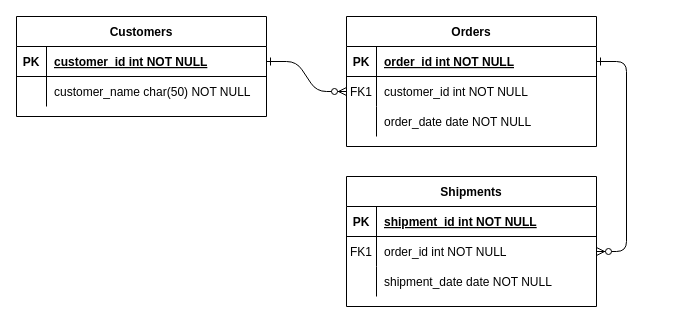
Above: Modelo relacional 7.drawio in Ash-code12/Diagramas (draw.io), before the change. Source tidied: cells renumbered, new cells numbered last; positions are measured from the earlier drawing's top-left corner, leaving out a move shared by most shapes. Both pictures are drawn from the tidied source at 100%, with x=0, y=0 at pixel (16, 16).
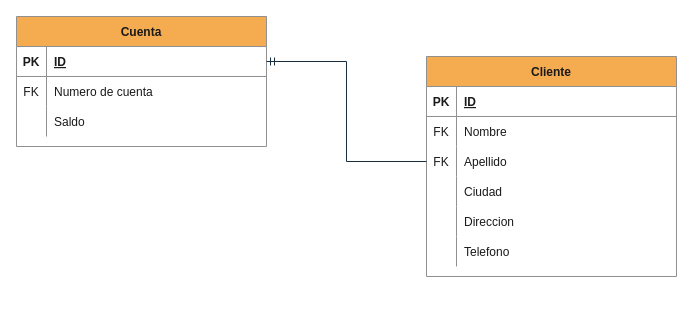
The same diagram, later.

Diff of the diagram source:
```diff
@@
-    <mxCell id="2" style="edgeStyle=entityRelationEdgeStyle;endArrow=ERzeroToMany;startArrow=ERone;endFill=1;startFill=0;" parent="1" edge="1" source="25" target="8">
-      <mxGeometry relative="1" as="geometry" />
-    </mxCell>
-    <mxCell id="3" style="edgeStyle=entityRelationEdgeStyle;endArrow=ERzeroToMany;startArrow=ERone;endFill=1;startFill=0;" parent="1" edge="1" source="5" target="18">
-      <mxGeometry relative="1" as="geometry" />
-    </mxCell>
-    <mxCell id="4" value="Orders" style="shape=table;startSize=30;childLayout=tableLayout;rowLines=0;fontStyle=1;align=center;" parent="1" vertex="1">
-      <mxGeometry x="330" width="250" height="130" as="geometry" />
+    <mxCell id="4" value="Cliente" style="shape=table;startSize=30;childLayout=tableLayout;rowLines=0;fontStyle=1;align=center;labelBackgroundColor=none;fillColor=#F5AB50;strokeColor=#909090;fontColor=#1A1A1A;" parent="1" vertex="1">
+      <mxGeometry x="410" y="40" width="250" height="220" as="geometry" />
     </mxCell>
-    <mxCell id="5" style="shape=partialRectangle;fillColor=none;points=[[0,0.5],[1,0.5]];portConstraint=eastwest;top=0;left=0;right=0;bottom=1;" parent="4" vertex="1">
+    <mxCell id="5" style="shape=partialRectangle;fillColor=none;points=[[0,0.5],[1,0.5]];portConstraint=eastwest;top=0;left=0;right=0;bottom=1;labelBackgroundColor=none;strokeColor=#909090;fontColor=#1A1A1A;" parent="4" vertex="1">
       <mxGeometry y="30" width="250" height="30" as="geometry" />
     </mxCell>
-    <mxCell id="6" value="PK" style="shape=partialRectangle;overflow=hidden;fillColor=none;top=0;left=0;bottom=0;right=0;fontStyle=1;" parent="5" vertex="1">
+    <mxCell id="6" value="PK" style="shape=partialRectangle;overflow=hidden;fillColor=none;top=0;left=0;bottom=0;right=0;fontStyle=1;labelBackgroundColor=none;strokeColor=#909090;fontColor=#1A1A1A;" parent="5" vertex="1">
       <mxGeometry width="30" height="30" as="geometry" />
     </mxCell>
-    <mxCell id="7" value="order_id int NOT NULL " style="shape=partialRectangle;overflow=hidden;fillColor=none;top=0;left=0;bottom=0;right=0;align=left;spacingLeft=6;fontStyle=5;" parent="5" vertex="1">
+    <mxCell id="7" value="ID" style="shape=partialRectangle;overflow=hidden;fillColor=none;top=0;left=0;bottom=0;right=0;align=left;spacingLeft=6;fontStyle=5;labelBackgroundColor=none;strokeColor=#909090;fontColor=#1A1A1A;" parent="5" vertex="1">
       <mxGeometry x="30" width="220" height="30" as="geometry" />
     </mxCell>
-    <mxCell id="8" style="shape=partialRectangle;fillColor=none;points=[[0,0.5],[1,0.5]];portConstraint=eastwest;top=0;left=0;right=0;bottom=0;" parent="4" vertex="1">
+    <mxCell id="8" style="shape=partialRectangle;fillColor=none;points=[[0,0.5],[1,0.5]];portConstraint=eastwest;top=0;left=0;right=0;bottom=0;labelBackgroundColor=none;strokeColor=#909090;fontColor=#1A1A1A;" parent="4" vertex="1">
       <mxGeometry y="60" width="250" height="30" as="geometry" />
     </mxCell>
-    <mxCell id="9" value="FK1" style="shape=partialRectangle;overflow=hidden;fillColor=none;top=0;left=0;bottom=0;right=0;" parent="8" vertex="1">
+    <mxCell id="9" value="FK" style="shape=partialRectangle;overflow=hidden;fillColor=none;top=0;left=0;bottom=0;right=0;labelBackgroundColor=none;strokeColor=#909090;fontColor=#1A1A1A;" parent="8" vertex="1">
       <mxGeometry width="30" height="30" as="geometry" />
     </mxCell>
-    <mxCell id="10" value="customer_id int NOT NULL" style="shape=partialRectangle;overflow=hidden;fillColor=none;top=0;left=0;bottom=0;right=0;align=left;spacingLeft=6;" parent="8" vertex="1">
+    <mxCell id="10" value="Nombre" style="shape=partialRectangle;overflow=hidden;fillColor=none;top=0;left=0;bottom=0;right=0;align=left;spacingLeft=6;labelBackgroundColor=none;strokeColor=#909090;fontColor=#1A1A1A;" parent="8" vertex="1">
       <mxGeometry x="30" width="220" height="30" as="geometry" />
     </mxCell>
-    <mxCell id="11" style="shape=partialRectangle;fillColor=none;points=[[0,0.5],[1,0.5]];portConstraint=eastwest;top=0;left=0;right=0;bottom=0;" parent="4" vertex="1">
+    <mxCell id="11" style="shape=partialRectangle;fillColor=none;points=[[0,0.5],[1,0.5]];portConstraint=eastwest;top=0;left=0;right=0;bottom=0;labelBackgroundColor=none;strokeColor=#909090;fontColor=#1A1A1A;" parent="4" vertex="1">
       <mxGeometry y="90" width="250" height="30" as="geometry" />
     </mxCell>
-    <mxCell id="12" style="shape=partialRectangle;overflow=hidden;fillColor=none;top=0;left=0;bottom=0;right=0;" parent="11" vertex="1">
+    <mxCell id="12" value="FK" style="shape=partialRectangle;overflow=hidden;fillColor=none;top=0;left=0;bottom=0;right=0;labelBackgroundColor=none;strokeColor=#909090;fontColor=#1A1A1A;" parent="11" vertex="1">
       <mxGeometry width="30" height="30" as="geometry" />
     </mxCell>
-    <mxCell id="13" value="order_date date NOT NULL" style="shape=partialRectangle;overflow=hidden;fillColor=none;top=0;left=0;bottom=0;right=0;align=left;spacingLeft=6;" parent="11" vertex="1">
+    <mxCell id="13" value="Apellido" style="shape=partialRectangle;overflow=hidden;fillColor=none;top=0;left=0;bottom=0;right=0;align=left;spacingLeft=6;labelBackgroundColor=none;strokeColor=#909090;fontColor=#1A1A1A;" parent="11" vertex="1">
       <mxGeometry x="30" width="220" height="30" as="geometry" />
     </mxCell>
-    <mxCell id="14" value="Shipments" style="shape=table;startSize=30;childLayout=tableLayout;rowLines=0;fontStyle=1;align=center;" parent="1" vertex="1">
-      <mxGeometry x="330" y="160" width="250" height="130" as="geometry" />
-    </mxCell>
-    <mxCell id="15" style="shape=partialRectangle;fillColor=none;top=0;left=0;right=0;bottom=1;" parent="14" vertex="1">
-      <mxGeometry y="30" width="250" height="30" as="geometry" />
-    </mxCell>
-    <mxCell id="16" value="PK" style="shape=partialRectangle;overflow=hidden;fillColor=none;top=0;left=0;bottom=0;right=0;fontStyle=1;" parent="15" vertex="1">
-      <mxGeometry width="30" height="30" as="geometry" />
-    </mxCell>
-    <mxCell id="17" value="shipment_id int NOT NULL " style="shape=partialRectangle;overflow=hidden;fillColor=none;top=0;left=0;bottom=0;right=0;align=left;spacingLeft=6;fontStyle=5;" parent="15" vertex="1">
-      <mxGeometry x="30" width="220" height="30" as="geometry" />
-    </mxCell>
-    <mxCell id="18" style="shape=partialRectangle;fillColor=none;points=[[0,0.5],[1,0.5]];portConstraint=eastwest;top=0;left=0;right=0;bottom=0;" parent="14" vertex="1">
-      <mxGeometry y="60" width="250" height="30" as="geometry" />
-    </mxCell>
-    <mxCell id="19" value="FK1" style="shape=partialRectangle;overflow=hidden;fillColor=none;top=0;left=0;bottom=0;right=0;" parent="18" vertex="1">
-      <mxGeometry width="30" height="30" as="geometry" />
-    </mxCell>
-    <mxCell id="20" value="order_id int NOT NULL" style="shape=partialRectangle;overflow=hidden;fillColor=none;top=0;left=0;bottom=0;right=0;align=left;spacingLeft=6;" parent="18" vertex="1">
-      <mxGeometry x="30" width="220" height="30" as="geometry" />
-    </mxCell>
-    <mxCell id="21" style="shape=partialRectangle;fillColor=none;top=0;left=0;right=0;bottom=0;" parent="14" vertex="1">
-      <mxGeometry y="90" width="250" height="30" as="geometry" />
-    </mxCell>
-    <mxCell id="22" style="shape=partialRectangle;overflow=hidden;fillColor=none;top=0;left=0;bottom=0;right=0;" parent="21" vertex="1">
-      <mxGeometry width="30" height="30" as="geometry" />
-    </mxCell>
-    <mxCell id="23" value="shipment_date date NOT NULL" style="shape=partialRectangle;overflow=hidden;fillColor=none;top=0;left=0;bottom=0;right=0;align=left;spacingLeft=6;" parent="21" vertex="1">
-      <mxGeometry x="30" width="220" height="30" as="geometry" />
-    </mxCell>
+    <mxCell id="31" style="shape=partialRectangle;fillColor=none;top=0;left=0;right=0;bottom=0;labelBackgroundColor=none;strokeColor=#909090;fontColor=#1A1A1A;" parent="4" vertex="1">
+      <mxGeometry y="120" width="250" height="30" as="geometry" />
+    </mxCell>
+    <mxCell id="32" style="shape=partialRectangle;overflow=hidden;fillColor=none;top=0;left=0;bottom=0;right=0;labelBackgroundColor=none;strokeColor=#909090;fontColor=#1A1A1A;" parent="31" vertex="1">
+      <mxGeometry width="30" height="30" as="geometry" />
+    </mxCell>
+    <mxCell id="33" value="Ciudad" style="shape=partialRectangle;overflow=hidden;fillColor=none;top=0;left=0;bottom=0;right=0;align=left;spacingLeft=6;labelBackgroundColor=none;strokeColor=#909090;fontColor=#1A1A1A;" parent="31" vertex="1">
+      <mxGeometry x="30" width="220" height="30" as="geometry" />
+    </mxCell>
+    <mxCell id="34" style="shape=partialRectangle;fillColor=none;top=0;left=0;right=0;bottom=0;labelBackgroundColor=none;strokeColor=#909090;fontColor=#1A1A1A;" parent="4" vertex="1">
+      <mxGeometry y="150" width="250" height="30" as="geometry" />
+    </mxCell>
+    <mxCell id="35" style="shape=partialRectangle;overflow=hidden;fillColor=none;top=0;left=0;bottom=0;right=0;labelBackgroundColor=none;strokeColor=#909090;fontColor=#1A1A1A;" parent="34" vertex="1">
+      <mxGeometry width="30" height="30" as="geometry" />
+    </mxCell>
+    <mxCell id="36" value="Direccion" style="shape=partialRectangle;overflow=hidden;fillColor=none;top=0;left=0;bottom=0;right=0;align=left;spacingLeft=6;labelBackgroundColor=none;strokeColor=#909090;fontColor=#1A1A1A;" parent="34" vertex="1">
+      <mxGeometry x="30" width="220" height="30" as="geometry" />
+    </mxCell>
+    <mxCell id="37" style="shape=partialRectangle;fillColor=none;top=0;left=0;right=0;bottom=0;labelBackgroundColor=none;strokeColor=#909090;fontColor=#1A1A1A;" parent="4" vertex="1">
+      <mxGeometry y="180" width="250" height="30" as="geometry" />
+    </mxCell>
+    <mxCell id="38" style="shape=partialRectangle;overflow=hidden;fillColor=none;top=0;left=0;bottom=0;right=0;labelBackgroundColor=none;strokeColor=#909090;fontColor=#1A1A1A;" parent="37" vertex="1">
+      <mxGeometry width="30" height="30" as="geometry" />
+    </mxCell>
+    <mxCell id="39" value="Telefono" style="shape=partialRectangle;overflow=hidden;fillColor=none;top=0;left=0;bottom=0;right=0;align=left;spacingLeft=6;labelBackgroundColor=none;strokeColor=#909090;fontColor=#1A1A1A;" parent="37" vertex="1">
+      <mxGeometry x="30" width="220" height="30" as="geometry" />
+    </mxCell>
-    <mxCell id="24" value="Customers" style="shape=table;startSize=30;childLayout=tableLayout;rowLines=0;fontStyle=1;align=center;" parent="1" vertex="1">
-      <mxGeometry width="250" height="100" as="geometry" />
+    <mxCell id="24" value="Cuenta" style="shape=table;startSize=30;childLayout=tableLayout;rowLines=0;fontStyle=1;align=center;labelBackgroundColor=none;fillColor=#F5AB50;strokeColor=#909090;fontColor=#1A1A1A;" parent="1" vertex="1">
+      <mxGeometry width="250" height="130" as="geometry" />
     </mxCell>
-    <mxCell id="25" style="shape=partialRectangle;fillColor=none;points=[[0,0.5],[1,0.5]];portConstraint=eastwest;top=0;left=0;right=0;bottom=1;" parent="24" vertex="1">
+    <mxCell id="25" style="shape=partialRectangle;fillColor=none;points=[[0,0.5],[1,0.5]];portConstraint=eastwest;top=0;left=0;right=0;bottom=1;labelBackgroundColor=none;strokeColor=#909090;fontColor=#1A1A1A;" parent="24" vertex="1">
       <mxGeometry y="30" width="250" height="30" as="geometry" />
     </mxCell>
-    <mxCell id="26" value="PK" style="shape=partialRectangle;overflow=hidden;fillColor=none;top=0;left=0;bottom=0;right=0;fontStyle=1;" parent="25" vertex="1">
+    <mxCell id="26" value="PK" style="shape=partialRectangle;overflow=hidden;fillColor=none;top=0;left=0;bottom=0;right=0;fontStyle=1;labelBackgroundColor=none;strokeColor=#909090;fontColor=#1A1A1A;" parent="25" vertex="1">
       <mxGeometry width="30" height="30" as="geometry" />
     </mxCell>
-    <mxCell id="27" value="customer_id int NOT NULL " style="shape=partialRectangle;overflow=hidden;fillColor=none;top=0;left=0;bottom=0;right=0;align=left;spacingLeft=6;fontStyle=5;" parent="25" vertex="1">
+    <mxCell id="27" value="ID" style="shape=partialRectangle;overflow=hidden;fillColor=none;top=0;left=0;bottom=0;right=0;align=left;spacingLeft=6;fontStyle=5;labelBackgroundColor=none;strokeColor=#909090;fontColor=#1A1A1A;" parent="25" vertex="1">
       <mxGeometry x="30" width="220" height="30" as="geometry" />
     </mxCell>
+    <mxCell id="40" style="shape=partialRectangle;fillColor=none;top=0;left=0;right=0;bottom=0;labelBackgroundColor=none;strokeColor=#909090;fontColor=#1A1A1A;" parent="24" vertex="1">
+      <mxGeometry y="60" width="250" height="30" as="geometry" />
+    </mxCell>
+    <mxCell id="41" value="FK" style="shape=partialRectangle;overflow=hidden;fillColor=none;top=0;left=0;bottom=0;right=0;labelBackgroundColor=none;strokeColor=#909090;fontColor=#1A1A1A;" parent="40" vertex="1">
+      <mxGeometry width="30" height="30" as="geometry" />
+    </mxCell>
+    <mxCell id="42" value="Numero de cuenta" style="shape=partialRectangle;overflow=hidden;fillColor=none;top=0;left=0;bottom=0;right=0;align=left;spacingLeft=6;labelBackgroundColor=none;strokeColor=#909090;fontColor=#1A1A1A;" parent="40" vertex="1">
+      <mxGeometry x="30" width="220" height="30" as="geometry" />
+    </mxCell>
-    <mxCell id="28" style="shape=partialRectangle;fillColor=none;top=0;left=0;right=0;bottom=0;" parent="24" vertex="1">
-      <mxGeometry y="60" width="250" height="30" as="geometry" />
+    <mxCell id="28" style="shape=partialRectangle;fillColor=none;top=0;left=0;right=0;bottom=0;labelBackgroundColor=none;strokeColor=#909090;fontColor=#1A1A1A;" parent="24" vertex="1">
+      <mxGeometry y="90" width="250" height="30" as="geometry" />
     </mxCell>
-    <mxCell id="29" style="shape=partialRectangle;overflow=hidden;fillColor=none;top=0;left=0;bottom=0;right=0;" parent="28" vertex="1">
+    <mxCell id="29" style="shape=partialRectangle;overflow=hidden;fillColor=none;top=0;left=0;bottom=0;right=0;labelBackgroundColor=none;strokeColor=#909090;fontColor=#1A1A1A;" parent="28" vertex="1">
       <mxGeometry width="30" height="30" as="geometry" />
     </mxCell>
-    <mxCell id="30" value="customer_name char(50) NOT NULL" style="shape=partialRectangle;overflow=hidden;fillColor=none;top=0;left=0;bottom=0;right=0;align=left;spacingLeft=6;" parent="28" vertex="1">
+    <mxCell id="30" value="Saldo" style="shape=partialRectangle;overflow=hidden;fillColor=none;top=0;left=0;bottom=0;right=0;align=left;spacingLeft=6;labelBackgroundColor=none;strokeColor=#909090;fontColor=#1A1A1A;" parent="28" vertex="1">
       <mxGeometry x="30" width="220" height="30" as="geometry" />
     </mxCell>
+    <mxCell id="43" style="edgeStyle=orthogonalEdgeStyle;fontSize=12;html=1;endArrow=ERmandOne;rounded=0;entryX=1;entryY=0.5;entryDx=0;entryDy=0;exitX=0;exitY=0.5;exitDx=0;exitDy=0;labelBackgroundColor=none;strokeColor=#182E3E;fontColor=default;" parent="1" edge="1" source="11" target="25">
+      <mxGeometry relative="1" as="geometry" />
+    </mxCell>
```
